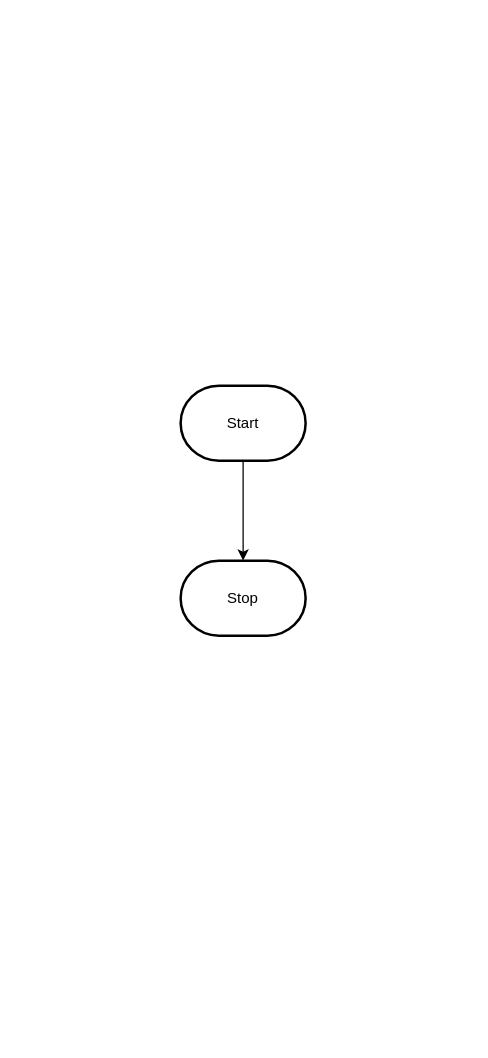
The draw.io diagram design/flowchart.drawio in MTHS-ICD2O-1-2023/ICD2O-Unit-5-06-Julianne-Leblanc-Peltier, before the edit. Source tidied: cells renumbered, new cells numbered last; positions are measured from the earlier drawing's top-left corner, leaving out a move shared by most shapes. Both pictures are drawn from the tidied source at 125%, with x=0, y=0 at pixel (180, 385).
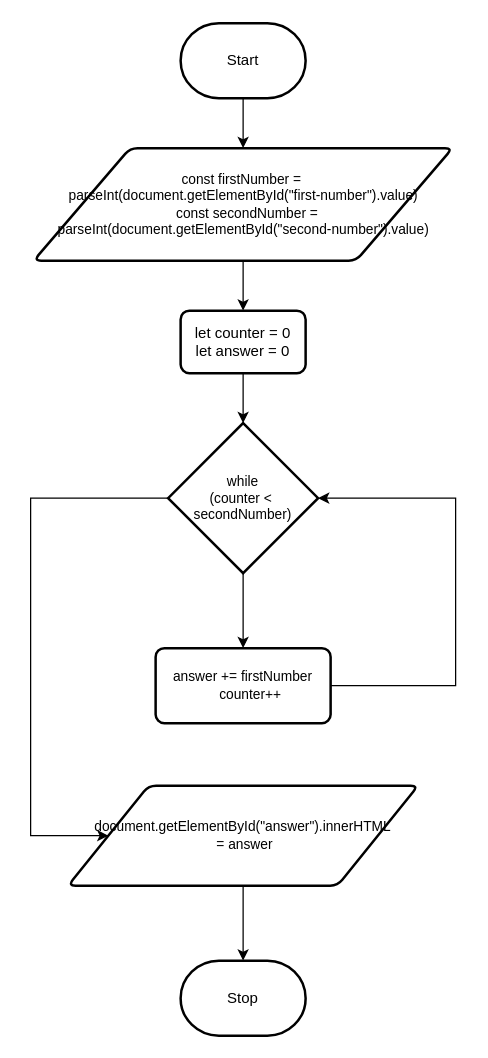
The same diagram, later.

Commit message (it also covers changes not shown here):
js + flowchart for basic positive integer multiplication

The edit, as a diff of the source:
```diff
@@
 <mxGraphModel>
   <root>
     <mxCell id="0" />
     <mxCell id="1" parent="0" />
-    <mxCell id="2" style="edgeStyle=orthogonalEdgeStyle;html=1;rounded=0;" parent="1" edge="1" source="3" target="4">
-      <mxGeometry relative="1" as="geometry" />
-    </mxCell>
+    <mxCell id="5" style="edgeStyle=none;html=1;exitX=0.5;exitY=1;exitDx=0;exitDy=0;exitPerimeter=0;entryX=0.5;entryY=0;entryDx=0;entryDy=0;fontSize=11;" parent="1" edge="1" source="3" target="8">
+      <mxGeometry relative="1" as="geometry" />
+    </mxCell>
     <mxCell id="3" value="Start" style="strokeWidth=2;html=1;shape=mxgraph.flowchart.terminator;whiteSpace=wrap;" parent="1" vertex="1">
-      <mxGeometry width="100" height="60" as="geometry" />
+      <mxGeometry y="-290" width="100" height="60" as="geometry" />
     </mxCell>
     <mxCell id="4" value="Stop" style="strokeWidth=2;html=1;shape=mxgraph.flowchart.terminator;whiteSpace=wrap;" parent="1" vertex="1">
-      <mxGeometry y="140" width="100" height="60" as="geometry" />
+      <mxGeometry y="460" width="100" height="60" as="geometry" />
     </mxCell>
+    <mxCell id="6" style="edgeStyle=none;html=1;exitX=0.5;exitY=1;exitDx=0;exitDy=0;entryX=0.5;entryY=0;entryDx=0;entryDy=0;entryPerimeter=0;fontSize=11;" parent="1" edge="1" source="2" target="11">
+      <mxGeometry relative="1" as="geometry" />
+    </mxCell>
+    <mxCell id="2" value="&lt;div&gt;let counter = 0&lt;/div&gt;&lt;div&gt;let answer = 0&lt;/div&gt;" style="rounded=1;whiteSpace=wrap;html=1;absoluteArcSize=1;arcSize=14;strokeWidth=2;" parent="1" vertex="1">
+      <mxGeometry y="-60" width="100" height="50" as="geometry" />
+    </mxCell>
+    <mxCell id="7" style="edgeStyle=none;html=1;exitX=0.5;exitY=1;exitDx=0;exitDy=0;entryX=0.5;entryY=0;entryDx=0;entryDy=0;fontSize=11;" parent="1" edge="1" source="8" target="2">
+      <mxGeometry relative="1" as="geometry" />
+    </mxCell>
+    <mxCell id="8" value="&lt;div style=&quot;font-size: 11px;&quot;&gt;const firstNumber =&amp;nbsp;&lt;/div&gt;&lt;div style=&quot;font-size: 11px;&quot;&gt;parseInt(document.getElementById(&quot;first-number&quot;).value)&lt;/div&gt;&lt;div style=&quot;font-size: 11px;&quot;&gt;&amp;nbsp; const secondNumber = parseInt(document.getElementById(&quot;second-number&quot;).value)&lt;/div&gt;" style="shape=parallelogram;html=1;strokeWidth=2;perimeter=parallelogramPerimeter;whiteSpace=wrap;rounded=1;arcSize=12;size=0.23;fontSize=11;" parent="1" vertex="1">
+      <mxGeometry x="-117.5" y="-190" width="335" height="90" as="geometry" />
+    </mxCell>
+    <mxCell id="9" style="edgeStyle=none;html=1;exitX=0.5;exitY=1;exitDx=0;exitDy=0;exitPerimeter=0;entryX=0.5;entryY=0;entryDx=0;entryDy=0;fontSize=11;" parent="1" edge="1" source="11" target="13">
+      <mxGeometry relative="1" as="geometry" />
+    </mxCell>
+    <mxCell id="10" style="edgeStyle=none;rounded=0;html=1;exitX=0;exitY=0.5;exitDx=0;exitDy=0;exitPerimeter=0;entryX=0;entryY=0.5;entryDx=0;entryDy=0;fontSize=11;" parent="1" edge="1" source="11" target="15">
+      <mxGeometry relative="1" as="geometry">
+        <Array as="points">
+          <mxPoint x="-120" y="90" />
+          <mxPoint x="-120" y="360" />
+        </Array>
+      </mxGeometry>
+    </mxCell>
+    <mxCell id="11" value="while&lt;br&gt;(counter &amp;lt;&amp;nbsp;&lt;br&gt;secondNumber)" style="strokeWidth=2;html=1;shape=mxgraph.flowchart.decision;whiteSpace=wrap;fontSize=11;" parent="1" vertex="1">
+      <mxGeometry x="-10" y="30" width="120" height="120" as="geometry" />
+    </mxCell>
+    <mxCell id="12" style="edgeStyle=none;html=1;exitX=1;exitY=0.5;exitDx=0;exitDy=0;entryX=1;entryY=0.5;entryDx=0;entryDy=0;entryPerimeter=0;fontSize=11;rounded=0;" parent="1" edge="1" source="13" target="11">
+      <mxGeometry relative="1" as="geometry">
+        <Array as="points">
+          <mxPoint x="220" y="240" />
+          <mxPoint x="220" y="90" />
+        </Array>
+      </mxGeometry>
+    </mxCell>
+    <mxCell id="13" value="&lt;div&gt;answer += firstNumber&lt;/div&gt;&lt;div&gt;&amp;nbsp; &amp;nbsp; counter++&lt;/div&gt;" style="rounded=1;whiteSpace=wrap;html=1;absoluteArcSize=1;arcSize=14;strokeWidth=2;fontSize=11;" parent="1" vertex="1">
+      <mxGeometry x="-20" y="210" width="140" height="60" as="geometry" />
+    </mxCell>
+    <mxCell id="14" style="edgeStyle=none;rounded=0;html=1;exitX=0.5;exitY=1;exitDx=0;exitDy=0;entryX=0.5;entryY=0;entryDx=0;entryDy=0;entryPerimeter=0;fontSize=11;" parent="1" edge="1" source="15" target="4">
+      <mxGeometry relative="1" as="geometry" />
+    </mxCell>
+    <mxCell id="15" value="document.getElementById(&quot;answer&quot;).innerHTML&lt;br&gt;&amp;nbsp;= answer" style="shape=parallelogram;html=1;strokeWidth=2;perimeter=parallelogramPerimeter;whiteSpace=wrap;rounded=1;arcSize=12;size=0.23;fontSize=11;" parent="1" vertex="1">
+      <mxGeometry x="-90" y="320" width="280" height="80" as="geometry" />
+    </mxCell>
   </root>
 </mxGraphModel>
```
